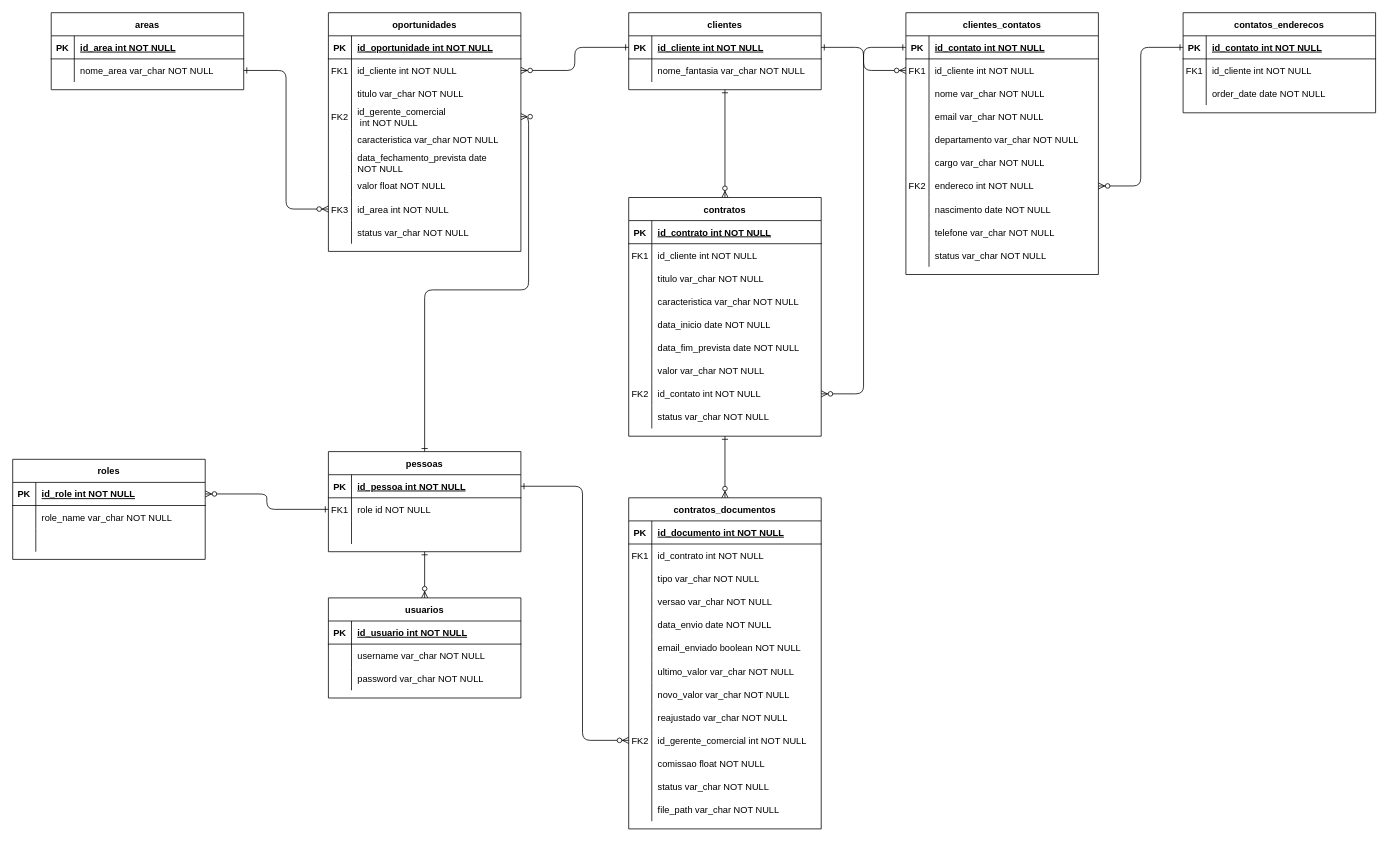
Earlier version of the draw.io diagram docs/diagrams/modulo-comercial.drawio (rgr-tecnologia/crm-api). Source tidied: cells renumbered, new cells numbered last; positions are measured from the earlier drawing's top-left corner, leaving out a move shared by most shapes. Both pictures are drawn from the tidied source at 77%, with x=0, y=0 at pixel (12, 12).
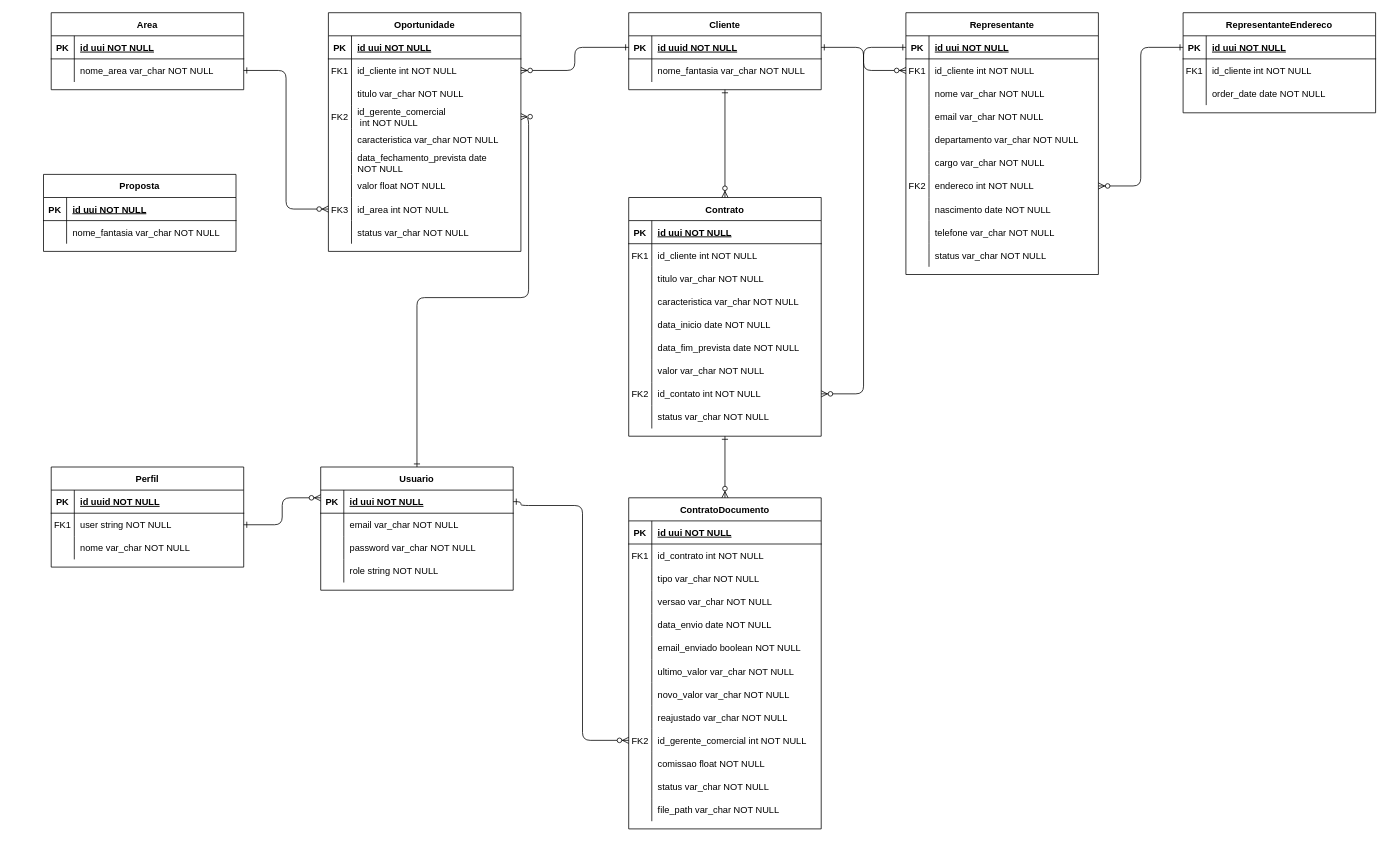
The same diagram, later.

The change refers to these unchanged cells:
```xml
<mxCell id="4" style="shape=partialRectangle;fillColor=none;points=[[0,0.5],[1,0.5]];portConstraint=eastwest;top=0;left=0;right=0;bottom=1;" parent="3" vertex="1">
  <mxGeometry y="30" width="250" height="30" as="geometry" />
</mxCell>
<mxCell id="35" style="shape=partialRectangle;fillColor=none;points=[[0,0.5],[1,0.5]];portConstraint=eastwest;top=0;left=0;right=0;bottom=1;" parent="34" vertex="1">
  <mxGeometry y="30" width="250" height="30" as="geometry" />
</mxCell>
<mxCell id="42" style="shape=partialRectangle;fillColor=none;top=0;left=0;right=0;bottom=1;" parent="41" vertex="1">
  <mxGeometry y="30" width="250" height="30" as="geometry" />
</mxCell>
<mxCell id="71" style="shape=partialRectangle;fillColor=none;points=[[0,0.5],[1,0.5]];portConstraint=eastwest;top=0;left=0;right=0;bottom=1;" parent="70" vertex="1">
  <mxGeometry y="30" width="250" height="30" as="geometry" />
</mxCell>
<mxCell id="83" style="shape=partialRectangle;fillColor=none;top=0;left=0;right=0;bottom=1;" parent="82" vertex="1">
  <mxGeometry y="30" width="250" height="30" as="geometry" />
</mxCell>
<mxCell id="110" style="shape=partialRectangle;fillColor=none;points=[[0,0.5],[1,0.5]];portConstraint=eastwest;top=0;left=0;right=0;bottom=0;" parent="82" vertex="1">
  <mxGeometry y="300" width="250" height="30" as="geometry" />
</mxCell>
<mxCell id="146" style="shape=partialRectangle;fillColor=none;points=[[0,0.5],[1,0.5]];portConstraint=eastwest;top=0;left=0;right=0;bottom=1;" parent="145" vertex="1">
  <mxGeometry y="30" width="250" height="30" as="geometry" />
</mxCell>
<mxCell id="149" style="shape=partialRectangle;fillColor=none;top=0;left=0;right=0;bottom=0;" parent="145" vertex="1">
  <mxGeometry y="60" width="250" height="30" as="geometry" />
</mxCell>
<mxCell id="157" style="shape=partialRectangle;fillColor=none;top=0;left=0;right=0;bottom=1;" parent="156" vertex="1">
  <mxGeometry y="30" width="250" height="30" as="geometry" />
</mxCell>
<mxCell id="166" style="shape=partialRectangle;fillColor=none;points=[[0,0.5],[1,0.5]];portConstraint=eastwest;top=0;left=0;right=0;bottom=0;" parent="156" vertex="1">
  <mxGeometry y="120" width="250" height="30" as="geometry" />
</mxCell>
<mxCell id="187" style="shape=partialRectangle;fillColor=none;top=0;left=0;right=0;bottom=1;" parent="186" vertex="1">
  <mxGeometry y="30" width="250" height="30" as="geometry" />
</mxCell>
```

What changed in the source:
```diff
@@
-    <mxCell id="3" value="clientes_contatos" style="shape=table;startSize=30;childLayout=tableLayout;rowLines=0;fontStyle=1;align=center;" parent="1" vertex="1">
+    <mxCell id="3" value="Representante" style="shape=table;startSize=30;childLayout=tableLayout;rowLines=0;fontStyle=1;align=center;" parent="1" vertex="1">
       <mxGeometry x="1160" width="250" height="340" as="geometry" />
     </mxCell>
@@
-    <mxCell id="6" value="id_contato int NOT NULL " style="shape=partialRectangle;overflow=hidden;fillColor=none;top=0;left=0;bottom=0;right=0;align=left;spacingLeft=6;fontStyle=5;" parent="4" vertex="1">
+    <mxCell id="6" value="id uui NOT NULL " style="shape=partialRectangle;overflow=hidden;fillColor=none;top=0;left=0;bottom=0;right=0;align=left;spacingLeft=6;fontStyle=5;" parent="4" vertex="1">
       <mxGeometry x="30" width="220" height="30" as="geometry" />
     </mxCell>
@@
-    <mxCell id="34" value="clientes" style="shape=table;startSize=30;childLayout=tableLayout;rowLines=0;fontStyle=1;align=center;" parent="1" vertex="1">
+    <mxCell id="34" value="Cliente" style="shape=table;startSize=30;childLayout=tableLayout;rowLines=0;fontStyle=1;align=center;" parent="1" vertex="1">
       <mxGeometry x="800" width="250" height="100" as="geometry" />
     </mxCell>
@@
-    <mxCell id="37" value="id_cliente int NOT NULL " style="shape=partialRectangle;overflow=hidden;fillColor=none;top=0;left=0;bottom=0;right=0;align=left;spacingLeft=6;fontStyle=5;" parent="35" vertex="1">
+    <mxCell id="37" value="id uuid NOT NULL " style="shape=partialRectangle;overflow=hidden;fillColor=none;top=0;left=0;bottom=0;right=0;align=left;spacingLeft=6;fontStyle=5;" parent="35" vertex="1">
       <mxGeometry x="30" width="220" height="30" as="geometry" />
     </mxCell>
@@
-    <mxCell id="41" value="contratos" style="shape=table;startSize=30;childLayout=tableLayout;rowLines=0;fontStyle=1;align=center;" parent="1" vertex="1">
+    <mxCell id="41" value="Contrato" style="shape=table;startSize=30;childLayout=tableLayout;rowLines=0;fontStyle=1;align=center;" parent="1" vertex="1">
       <mxGeometry x="800" y="240" width="250" height="310" as="geometry" />
     </mxCell>
@@
-    <mxCell id="44" value="id_contrato int NOT NULL " style="shape=partialRectangle;overflow=hidden;fillColor=none;top=0;left=0;bottom=0;right=0;align=left;spacingLeft=6;fontStyle=5;" parent="42" vertex="1">
+    <mxCell id="44" value="id uui NOT NULL" style="shape=partialRectangle;overflow=hidden;fillColor=none;top=0;left=0;bottom=0;right=0;align=left;spacingLeft=6;fontStyle=5;" parent="42" vertex="1">
       <mxGeometry x="30" width="220" height="30" as="geometry" />
     </mxCell>
@@
-    <mxCell id="70" value="contatos_enderecos" style="shape=table;startSize=30;childLayout=tableLayout;rowLines=0;fontStyle=1;align=center;" parent="1" vertex="1">
+    <mxCell id="70" value="RepresentanteEndereco" style="shape=table;startSize=30;childLayout=tableLayout;rowLines=0;fontStyle=1;align=center;" parent="1" vertex="1">
       <mxGeometry x="1520" width="250" height="130" as="geometry" />
     </mxCell>
@@
-    <mxCell id="73" value="id_contato int NOT NULL " style="shape=partialRectangle;overflow=hidden;fillColor=none;top=0;left=0;bottom=0;right=0;align=left;spacingLeft=6;fontStyle=5;" parent="71" vertex="1">
+    <mxCell id="73" value="id uui NOT NULL" style="shape=partialRectangle;overflow=hidden;fillColor=none;top=0;left=0;bottom=0;right=0;align=left;spacingLeft=6;fontStyle=5;" parent="71" vertex="1">
       <mxGeometry x="30" width="220" height="30" as="geometry" />
     </mxCell>
@@
-    <mxCell id="82" value="contratos_documentos" style="shape=table;startSize=30;childLayout=tableLayout;rowLines=0;fontStyle=1;align=center;" parent="1" vertex="1">
+    <mxCell id="82" value="ContratoDocumento" style="shape=table;startSize=30;childLayout=tableLayout;rowLines=0;fontStyle=1;align=center;" parent="1" vertex="1">
       <mxGeometry x="800" y="630" width="250" height="430" as="geometry" />
     </mxCell>
@@
-    <mxCell id="85" value="id_documento int NOT NULL " style="shape=partialRectangle;overflow=hidden;fillColor=none;top=0;left=0;bottom=0;right=0;align=left;spacingLeft=6;fontStyle=5;" parent="83" vertex="1">
+    <mxCell id="85" value="id uui NOT NULL" style="shape=partialRectangle;overflow=hidden;fillColor=none;top=0;left=0;bottom=0;right=0;align=left;spacingLeft=6;fontStyle=5;" parent="83" vertex="1">
       <mxGeometry x="30" width="220" height="30" as="geometry" />
     </mxCell>
@@
-    <mxCell id="123" style="endArrow=ERzeroToMany;startArrow=ERone;endFill=1;startFill=0;rounded=1;edgeStyle=orthogonalEdgeStyle;exitX=1;exitY=0.5;exitDx=0;exitDy=0;entryX=0;entryY=0.5;entryDx=0;entryDy=0;" parent="1" edge="1" source="125" target="110">
+    <mxCell id="123" style="endArrow=ERzeroToMany;startArrow=ERone;endFill=1;startFill=0;rounded=1;edgeStyle=orthogonalEdgeStyle;exitX=1;exitY=0.5;exitDx=0;exitDy=0;entryX=0;entryY=0.5;entryDx=0;entryDy=0;" parent="1" edge="1" source="146" target="110">
       <mxGeometry relative="1" as="geometry">
         <Array as="points">
-          <mxPoint x="740" y="615" />
+          <mxPoint x="660" y="640" />
+          <mxPoint x="740" y="640" />
           <mxPoint x="740" y="945" />
         </Array>
       </mxGeometry>
     </mxCell>
-    <mxCell id="124" value="pessoas" style="shape=table;startSize=30;childLayout=tableLayout;rowLines=0;fontStyle=1;align=center;" parent="1" vertex="1">
-      <mxGeometry x="410" y="570" width="250" height="130" as="geometry" />
-    </mxCell>
-    <mxCell id="125" style="shape=partialRectangle;fillColor=none;points=[[0,0.5],[1,0.5]];portConstraint=eastwest;top=0;left=0;right=0;bottom=1;" parent="124" vertex="1">
-      <mxGeometry y="30" width="250" height="30" as="geometry" />
-    </mxCell>
-    <mxCell id="126" value="PK" style="shape=partialRectangle;overflow=hidden;fillColor=none;top=0;left=0;bottom=0;right=0;fontStyle=1;" parent="125" vertex="1">
-      <mxGeometry width="30" height="30" as="geometry" />
-    </mxCell>
-    <mxCell id="127" value="id_pessoa int NOT NULL " style="shape=partialRectangle;overflow=hidden;fillColor=none;top=0;left=0;bottom=0;right=0;align=left;spacingLeft=6;fontStyle=5;" parent="125" vertex="1">
-      <mxGeometry x="30" width="220" height="30" as="geometry" />
-    </mxCell>
-    <mxCell id="128" style="shape=partialRectangle;fillColor=none;points=[[0,0.5],[1,0.5]];portConstraint=eastwest;top=0;left=0;right=0;bottom=0;" parent="124" vertex="1">
-      <mxGeometry y="60" width="250" height="30" as="geometry" />
-    </mxCell>
-    <mxCell id="129" value="FK1" style="shape=partialRectangle;overflow=hidden;fillColor=none;top=0;left=0;bottom=0;right=0;" parent="128" vertex="1">
-      <mxGeometry width="30" height="30" as="geometry" />
-    </mxCell>
-    <mxCell id="130" value="role id NOT NULL" style="shape=partialRectangle;overflow=hidden;fillColor=none;top=0;left=0;bottom=0;right=0;align=left;spacingLeft=6;" parent="128" vertex="1">
-      <mxGeometry x="30" width="220" height="30" as="geometry" />
-    </mxCell>
-    <mxCell id="131" style="shape=partialRectangle;fillColor=none;top=0;left=0;right=0;bottom=0;" parent="124" vertex="1">
-      <mxGeometry y="90" width="250" height="30" as="geometry" />
-    </mxCell>
-    <mxCell id="132" style="shape=partialRectangle;overflow=hidden;fillColor=none;top=0;left=0;bottom=0;right=0;" parent="131" vertex="1">
-      <mxGeometry width="30" height="30" as="geometry" />
-    </mxCell>
-    <mxCell id="133" style="shape=partialRectangle;overflow=hidden;fillColor=none;top=0;left=0;bottom=0;right=0;align=left;spacingLeft=6;" parent="131" vertex="1">
-      <mxGeometry x="30" width="220" height="30" as="geometry" />
-    </mxCell>
-    <mxCell id="134" value="roles" style="shape=table;startSize=30;childLayout=tableLayout;rowLines=0;fontStyle=1;align=center;" parent="1" vertex="1">
-      <mxGeometry y="580" width="250" height="130" as="geometry" />
-    </mxCell>
-    <mxCell id="135" style="shape=partialRectangle;fillColor=none;points=[[0,0.5],[1,0.5]];portConstraint=eastwest;top=0;left=0;right=0;bottom=1;" parent="134" vertex="1">
-      <mxGeometry y="30" width="250" height="30" as="geometry" />
-    </mxCell>
-    <mxCell id="136" value="PK" style="shape=partialRectangle;overflow=hidden;fillColor=none;top=0;left=0;bottom=0;right=0;fontStyle=1;" parent="135" vertex="1">
-      <mxGeometry width="30" height="30" as="geometry" />
-    </mxCell>
-    <mxCell id="137" value="id_role int NOT NULL " style="shape=partialRectangle;overflow=hidden;fillColor=none;top=0;left=0;bottom=0;right=0;align=left;spacingLeft=6;fontStyle=5;" parent="135" vertex="1">
-      <mxGeometry x="30" width="220" height="30" as="geometry" />
-    </mxCell>
-    <mxCell id="138" style="shape=partialRectangle;fillColor=none;top=0;left=0;right=0;bottom=0;" parent="134" vertex="1">
-      <mxGeometry y="60" width="250" height="30" as="geometry" />
-    </mxCell>
-    <mxCell id="139" style="shape=partialRectangle;overflow=hidden;fillColor=none;top=0;left=0;bottom=0;right=0;" parent="138" vertex="1">
-      <mxGeometry width="30" height="30" as="geometry" />
-    </mxCell>
-    <mxCell id="140" value="role_name var_char NOT NULL" style="shape=partialRectangle;overflow=hidden;fillColor=none;top=0;left=0;bottom=0;right=0;align=left;spacingLeft=6;" parent="138" vertex="1">
-      <mxGeometry x="30" width="220" height="30" as="geometry" />
-    </mxCell>
-    <mxCell id="141" style="shape=partialRectangle;fillColor=none;top=0;left=0;right=0;bottom=0;" parent="134" vertex="1">
-      <mxGeometry y="90" width="250" height="30" as="geometry" />
-    </mxCell>
-    <mxCell id="142" style="shape=partialRectangle;overflow=hidden;fillColor=none;top=0;left=0;bottom=0;right=0;" parent="141" vertex="1">
-      <mxGeometry width="30" height="30" as="geometry" />
-    </mxCell>
-    <mxCell id="143" style="shape=partialRectangle;overflow=hidden;fillColor=none;top=0;left=0;bottom=0;right=0;align=left;spacingLeft=6;" parent="141" vertex="1">
-      <mxGeometry x="30" width="220" height="30" as="geometry" />
-    </mxCell>
-    <mxCell id="144" style="endArrow=ERzeroToMany;startArrow=ERone;endFill=1;startFill=0;entryX=1;entryY=0.5;entryDx=0;entryDy=0;rounded=1;edgeStyle=orthogonalEdgeStyle;exitX=0;exitY=0.5;exitDx=0;exitDy=0;" parent="1" edge="1" source="128" target="135">
-      <mxGeometry relative="1" as="geometry" />
-    </mxCell>
-    <mxCell id="145" value="usuarios" style="shape=table;startSize=30;childLayout=tableLayout;rowLines=0;fontStyle=1;align=center;" parent="1" vertex="1">
-      <mxGeometry x="410" y="760" width="250" height="130" as="geometry" />
+    <mxCell id="145" value="Usuario" style="shape=table;startSize=30;childLayout=tableLayout;rowLines=0;fontStyle=1;align=center;" parent="1" vertex="1">
+      <mxGeometry x="400" y="590" width="250" height="160" as="geometry" />
     </mxCell>
@@
-    <mxCell id="148" value="id_usuario int NOT NULL " style="shape=partialRectangle;overflow=hidden;fillColor=none;top=0;left=0;bottom=0;right=0;align=left;spacingLeft=6;fontStyle=5;" parent="146" vertex="1">
+    <mxCell id="148" value="id uui NOT NULL" style="shape=partialRectangle;overflow=hidden;fillColor=none;top=0;left=0;bottom=0;right=0;align=left;spacingLeft=6;fontStyle=5;" parent="146" vertex="1">
       <mxGeometry x="30" width="220" height="30" as="geometry" />
     </mxCell>
@@
-    <mxCell id="151" value="username var_char NOT NULL" style="shape=partialRectangle;overflow=hidden;fillColor=none;top=0;left=0;bottom=0;right=0;align=left;spacingLeft=6;" parent="149" vertex="1">
+    <mxCell id="151" value="email var_char NOT NULL" style="shape=partialRectangle;overflow=hidden;fillColor=none;top=0;left=0;bottom=0;right=0;align=left;spacingLeft=6;" parent="149" vertex="1">
       <mxGeometry x="30" width="220" height="30" as="geometry" />
     </mxCell>
@@
-    <mxCell id="155" style="endArrow=ERzeroToMany;startArrow=ERone;endFill=1;startFill=0;entryX=0.5;entryY=0;entryDx=0;entryDy=0;rounded=1;edgeStyle=orthogonalEdgeStyle;exitX=0.5;exitY=1;exitDx=0;exitDy=0;" parent="1" edge="1" source="124" target="145">
-      <mxGeometry relative="1" as="geometry" />
-    </mxCell>
+    <mxCell id="194" style="shape=partialRectangle;fillColor=none;top=0;left=0;right=0;bottom=0;" parent="145" vertex="1">
+      <mxGeometry y="120" width="250" height="30" as="geometry" />
+    </mxCell>
+    <mxCell id="195" style="shape=partialRectangle;overflow=hidden;fillColor=none;top=0;left=0;bottom=0;right=0;" parent="194" vertex="1">
+      <mxGeometry width="30" height="30" as="geometry" />
+    </mxCell>
+    <mxCell id="196" value="role string NOT NULL" style="shape=partialRectangle;overflow=hidden;fillColor=none;top=0;left=0;bottom=0;right=0;align=left;spacingLeft=6;" parent="194" vertex="1">
+      <mxGeometry x="30" width="220" height="30" as="geometry" />
+    </mxCell>
-    <mxCell id="156" value="oportunidades" style="shape=table;startSize=30;childLayout=tableLayout;rowLines=0;fontStyle=1;align=center;" parent="1" vertex="1">
+    <mxCell id="156" value="Oportunidade" style="shape=table;startSize=30;childLayout=tableLayout;rowLines=0;fontStyle=1;align=center;" parent="1" vertex="1">
       <mxGeometry x="410" width="250" height="310" as="geometry" />
     </mxCell>
@@
-    <mxCell id="159" value="id_oportunidade int NOT NULL " style="shape=partialRectangle;overflow=hidden;fillColor=none;top=0;left=0;bottom=0;right=0;align=left;spacingLeft=6;fontStyle=5;" parent="157" vertex="1">
+    <mxCell id="159" value="id uui NOT NULL" style="shape=partialRectangle;overflow=hidden;fillColor=none;top=0;left=0;bottom=0;right=0;align=left;spacingLeft=6;fontStyle=5;" parent="157" vertex="1">
       <mxGeometry x="30" width="220" height="30" as="geometry" />
     </mxCell>
@@
-    <mxCell id="185" style="endArrow=ERzeroToMany;startArrow=ERone;endFill=1;startFill=0;entryX=1;entryY=0.5;entryDx=0;entryDy=0;rounded=1;edgeStyle=orthogonalEdgeStyle;exitX=0.5;exitY=0;exitDx=0;exitDy=0;" parent="1" edge="1" source="124" target="166">
+    <mxCell id="185" style="endArrow=ERzeroToMany;startArrow=ERone;endFill=1;startFill=0;entryX=1;entryY=0.5;entryDx=0;entryDy=0;rounded=1;edgeStyle=orthogonalEdgeStyle;" parent="1" edge="1" source="145" target="166">
       <mxGeometry relative="1" as="geometry" />
     </mxCell>
-    <mxCell id="186" value="areas" style="shape=table;startSize=30;childLayout=tableLayout;rowLines=0;fontStyle=1;align=center;" parent="1" vertex="1">
+    <mxCell id="186" value="Area" style="shape=table;startSize=30;childLayout=tableLayout;rowLines=0;fontStyle=1;align=center;" parent="1" vertex="1">
       <mxGeometry x="50" width="250" height="100" as="geometry" />
     </mxCell>
@@
-    <mxCell id="189" value="id_area int NOT NULL " style="shape=partialRectangle;overflow=hidden;fillColor=none;top=0;left=0;bottom=0;right=0;align=left;spacingLeft=6;fontStyle=5;" parent="187" vertex="1">
+    <mxCell id="189" value="id uui NOT NULL" style="shape=partialRectangle;overflow=hidden;fillColor=none;top=0;left=0;bottom=0;right=0;align=left;spacingLeft=6;fontStyle=5;" parent="187" vertex="1">
       <mxGeometry x="30" width="220" height="30" as="geometry" />
     </mxCell>
@@
+    <mxCell id="197" value="Proposta" style="shape=table;startSize=30;childLayout=tableLayout;rowLines=0;fontStyle=1;align=center;" parent="1" vertex="1">
+      <mxGeometry x="40" y="210" width="250" height="100" as="geometry" />
+    </mxCell>
+    <mxCell id="198" style="shape=partialRectangle;fillColor=none;top=0;left=0;right=0;bottom=1;" parent="197" vertex="1">
+      <mxGeometry y="30" width="250" height="30" as="geometry" />
+    </mxCell>
+    <mxCell id="199" value="PK" style="shape=partialRectangle;overflow=hidden;fillColor=none;top=0;left=0;bottom=0;right=0;fontStyle=1;" parent="198" vertex="1">
+      <mxGeometry width="30" height="30" as="geometry" />
+    </mxCell>
+    <mxCell id="200" value="id uui NOT NULL" style="shape=partialRectangle;overflow=hidden;fillColor=none;top=0;left=0;bottom=0;right=0;align=left;spacingLeft=6;fontStyle=5;" parent="198" vertex="1">
+      <mxGeometry x="30" width="220" height="30" as="geometry" />
+    </mxCell>
+    <mxCell id="201" style="shape=partialRectangle;fillColor=none;top=0;left=0;right=0;bottom=0;" parent="197" vertex="1">
+      <mxGeometry y="60" width="250" height="30" as="geometry" />
+    </mxCell>
+    <mxCell id="202" style="shape=partialRectangle;overflow=hidden;fillColor=none;top=0;left=0;bottom=0;right=0;" parent="201" vertex="1">
+      <mxGeometry width="30" height="30" as="geometry" />
+    </mxCell>
+    <mxCell id="203" value="nome_fantasia var_char NOT NULL" style="shape=partialRectangle;overflow=hidden;fillColor=none;top=0;left=0;bottom=0;right=0;align=left;spacingLeft=6;" parent="201" vertex="1">
+      <mxGeometry x="30" width="220" height="30" as="geometry" />
+    </mxCell>
+    <mxCell id="204" value="Perfil" style="shape=table;startSize=30;childLayout=tableLayout;rowLines=0;fontStyle=1;align=center;" parent="1" vertex="1">
+      <mxGeometry x="50" y="590" width="250" height="130" as="geometry" />
+    </mxCell>
+    <mxCell id="205" style="shape=partialRectangle;fillColor=none;top=0;left=0;right=0;bottom=1;" parent="204" vertex="1">
+      <mxGeometry y="30" width="250" height="30" as="geometry" />
+    </mxCell>
+    <mxCell id="206" value="PK" style="shape=partialRectangle;overflow=hidden;fillColor=none;top=0;left=0;bottom=0;right=0;fontStyle=1;" parent="205" vertex="1">
+      <mxGeometry width="30" height="30" as="geometry" />
+    </mxCell>
+    <mxCell id="207" value="id uuid NOT NULL " style="shape=partialRectangle;overflow=hidden;fillColor=none;top=0;left=0;bottom=0;right=0;align=left;spacingLeft=6;fontStyle=5;" parent="205" vertex="1">
+      <mxGeometry x="30" width="220" height="30" as="geometry" />
+    </mxCell>
+    <mxCell id="208" style="shape=partialRectangle;fillColor=none;points=[[0,0.5],[1,0.5]];portConstraint=eastwest;top=0;left=0;right=0;bottom=0;" parent="204" vertex="1">
+      <mxGeometry y="60" width="250" height="30" as="geometry" />
+    </mxCell>
+    <mxCell id="129" value="FK1" style="shape=partialRectangle;overflow=hidden;fillColor=none;top=0;left=0;bottom=0;right=0;" parent="208" vertex="1">
+      <mxGeometry width="30" height="30" as="geometry" />
+    </mxCell>
+    <mxCell id="209" value="user string NOT NULL" style="shape=partialRectangle;overflow=hidden;fillColor=none;top=0;left=0;bottom=0;right=0;align=left;spacingLeft=6;" parent="208" vertex="1">
+      <mxGeometry x="30" width="220" height="30" as="geometry" />
+    </mxCell>
+    <mxCell id="210" style="shape=partialRectangle;fillColor=none;top=0;left=0;right=0;bottom=0;" parent="204" vertex="1">
+      <mxGeometry y="90" width="250" height="30" as="geometry" />
+    </mxCell>
+    <mxCell id="211" style="shape=partialRectangle;overflow=hidden;fillColor=none;top=0;left=0;bottom=0;right=0;" parent="210" vertex="1">
+      <mxGeometry width="30" height="30" as="geometry" />
+    </mxCell>
+    <mxCell id="212" value="nome var_char NOT NULL" style="shape=partialRectangle;overflow=hidden;fillColor=none;top=0;left=0;bottom=0;right=0;align=left;spacingLeft=6;" parent="210" vertex="1">
+      <mxGeometry x="30" width="220" height="30" as="geometry" />
+    </mxCell>
+    <mxCell id="213" style="endArrow=ERzeroToMany;startArrow=ERone;endFill=1;startFill=0;entryX=0;entryY=0.25;entryDx=0;entryDy=0;rounded=1;edgeStyle=orthogonalEdgeStyle;exitX=1;exitY=0.5;exitDx=0;exitDy=0;" parent="1" edge="1" source="208" target="145">
+      <mxGeometry relative="1" as="geometry" />
+    </mxCell>
```
